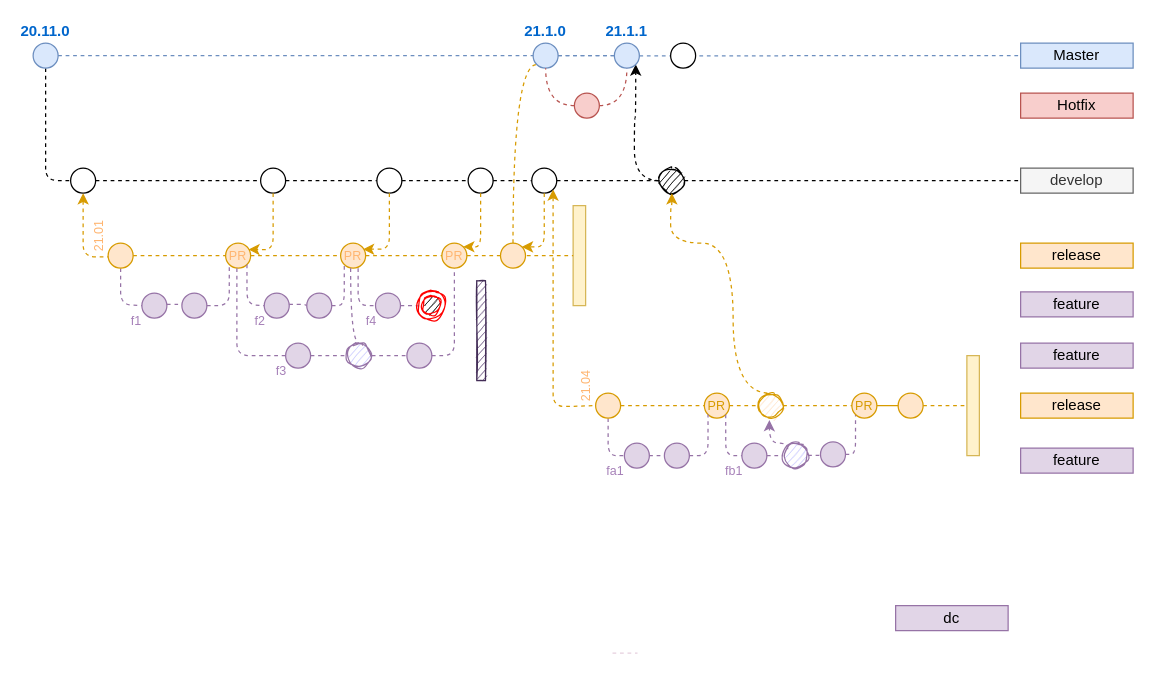
The draw.io diagram page "mw-roa-rel-simple" (4 of 5) of Untitled Diagram.drawio in salmen/gitflowdiagram, before the edit. Source tidied: cells renumbered, new cells numbered last; positions are measured from the earlier drawing's top-left corner, leaving out a move shared by most shapes. Both pictures are drawn from the tidied source at 125%, with x=0, y=0 at pixel (32, 42).
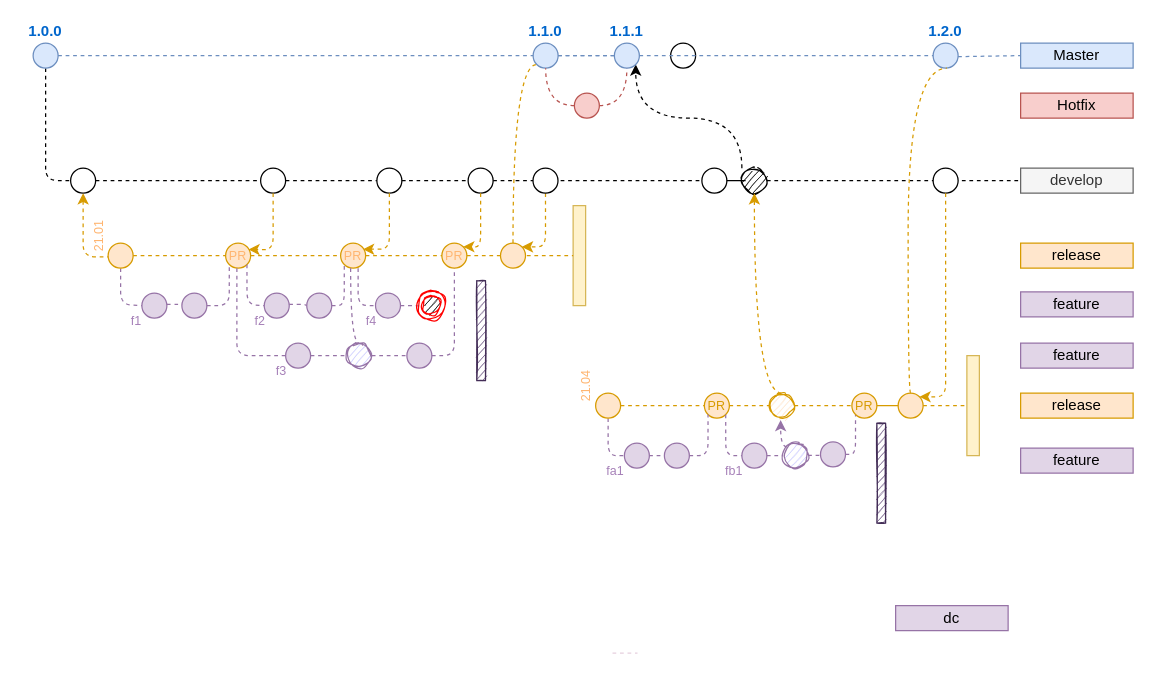
The same diagram, later.

Commit message:
fin release 2 cas simple

Unchanged cells that the change refers to:
```xml
<mxCell id="5" value="Master" style="text;html=1;strokeColor=#6c8ebf;fillColor=#dae8fc;align=center;verticalAlign=middle;whiteSpace=wrap;rounded=0;" parent="1" vertex="1">
  <mxGeometry x="790" width="90" height="20" as="geometry" />
</mxCell>
<mxCell id="49" style="ellipse;whiteSpace=wrap;html=1;fillColor=#FFFFFF;" parent="1" vertex="1">
  <mxGeometry x="348" y="100" width="20" height="20" as="geometry" />
</mxCell>
<mxCell id="52" value="21.04" style="ellipse;whiteSpace=wrap;html=1;fontSize=10;labelPosition=left;verticalLabelPosition=bottom;align=right;verticalAlign=top;fillColor=#ffe6cc;strokeColor=#d79b00;fontColor=#FFB570;horizontal=0;" parent="1" vertex="1">
  <mxGeometry x="450" y="280" width="20" height="20" as="geometry" />
</mxCell>
<mxCell id="56" value="&lt;br&gt;" style="ellipse;whiteSpace=wrap;html=1;fontSize=10;labelPosition=center;verticalLabelPosition=top;align=center;verticalAlign=bottom;fillColor=#ffe6cc;strokeColor=#d79b00;fontColor=#FFB570;" parent="1" vertex="1">
  <mxGeometry x="692" y="280" width="20" height="20" as="geometry" />
</mxCell>
<mxCell id="98" style="ellipse;whiteSpace=wrap;html=1;fontSize=10;strokeColor=#9673a6;shadow=0;sketch=1;fillStyle=hachure;fillColor=#CCCCFF;" parent="1" vertex="1">
  <mxGeometry x="600" y="320" width="20" height="20" as="geometry" />
</mxCell>
```

Change to the diagram source:
```diff
@@
+    <mxCell id="103" style="edgeStyle=orthogonalEdgeStyle;rounded=1;jettySize=auto;html=1;dashed=1;endArrow=none;endFill=0;fillColor=#d5e8d4;entryX=0;entryY=0.5;entryDx=0;entryDy=0;exitX=1;exitY=0.5;exitDx=0;exitDy=0;" parent="1" edge="1" source="49" target="105">
+      <mxGeometry relative="1" as="geometry">
+        <Array as="points">
+          <mxPoint x="535" y="110" />
+        </Array>
+      </mxGeometry>
+    </mxCell>
-    <mxCell id="2" style="endArrow=none;dashed=1;html=1;fillColor=#dae8fc;strokeColor=#6c8ebf;" parent="1" edge="1" source="30" target="5">
+    <mxCell id="2" style="endArrow=none;dashed=1;html=1;fillColor=#dae8fc;strokeColor=#6c8ebf;" parent="1" edge="1" source="106" target="5">
       <mxGeometry relative="1" as="geometry" />
     </mxCell>
@@
-    <mxCell id="4" value="20.11.0" style="ellipse;whiteSpace=wrap;html=1;fillColor=#dae8fc;strokeColor=#6c8ebf;fontStyle=1;labelPosition=center;verticalLabelPosition=top;align=center;verticalAlign=bottom;fontColor=#0066CC;" parent="1" vertex="1">
+    <mxCell id="4" value="1.0.0" style="ellipse;whiteSpace=wrap;html=1;fillColor=#dae8fc;strokeColor=#6c8ebf;fontStyle=1;labelPosition=center;verticalLabelPosition=top;align=center;verticalAlign=bottom;fontColor=#0066CC;" parent="1" vertex="1">
       <mxGeometry width="20" height="20" as="geometry" />
     </mxCell>
@@
-    <mxCell id="18" style="edgeStyle=orthogonalEdgeStyle;curved=1;jettySize=auto;html=1;dashed=1;startArrow=none;startFill=0;endArrow=classic;endFill=1;fillColor=#ffe6cc;fontSize=10;fontColor=#663300;entryX=1;entryY=1;entryDx=0;entryDy=0;" parent="1" edge="1" source="19" target="30">
+    <mxCell id="18" style="edgeStyle=orthogonalEdgeStyle;jettySize=auto;html=1;dashed=1;startArrow=none;startFill=0;endArrow=classic;endFill=1;fillColor=#ffe6cc;fontSize=10;fontColor=#663300;entryX=1;entryY=1;entryDx=0;entryDy=0;curved=1;exitX=0;exitY=0;exitDx=0;exitDy=0;exitPerimeter=0;" parent="1" edge="1" source="19" target="30">
       <mxGeometry relative="1" as="geometry" />
     </mxCell>
     <mxCell id="19" style="ellipse;whiteSpace=wrap;html=1;sketch=1;fillStyle=hachure;fillColor=#000000;" parent="1" vertex="1">
-      <mxGeometry x="501" y="100" width="20" height="20" as="geometry" />
+      <mxGeometry x="567" y="100" width="20" height="20" as="geometry" />
     </mxCell>
-    <mxCell id="20" style="edgeStyle=orthogonalEdgeStyle;rounded=1;jettySize=auto;html=1;dashed=1;endArrow=none;endFill=0;fillColor=#d5e8d4;" parent="1" edge="1" source="91" target="19">
+    <mxCell id="20" style="edgeStyle=orthogonalEdgeStyle;rounded=1;jettySize=auto;html=1;dashed=1;endArrow=none;endFill=0;fillColor=#d5e8d4;" parent="1" edge="1" source="105" target="19">
       <mxGeometry relative="1" as="geometry" />
     </mxCell>
-    <mxCell id="21" value="21.1.0" style="ellipse;whiteSpace=wrap;html=1;fillColor=#dae8fc;strokeColor=#6c8ebf;fontStyle=1;labelPosition=center;verticalLabelPosition=top;align=center;verticalAlign=bottom;fontColor=#0066CC;" parent="1" vertex="1">
+    <mxCell id="21" value="1.1.0" style="ellipse;whiteSpace=wrap;html=1;fillColor=#dae8fc;strokeColor=#6c8ebf;fontStyle=1;labelPosition=center;verticalLabelPosition=top;align=center;verticalAlign=bottom;fontColor=#0066CC;" parent="1" vertex="1">
       <mxGeometry x="400" width="20" height="20" as="geometry" />
     </mxCell>
@@
-    <mxCell id="30" value="21.1.1" style="ellipse;whiteSpace=wrap;html=1;fillColor=#dae8fc;strokeColor=#6c8ebf;fontStyle=1;labelPosition=center;verticalLabelPosition=top;align=center;verticalAlign=bottom;fontColor=#0066CC;" parent="1" vertex="1">
+    <mxCell id="30" value="1.1.1" style="ellipse;whiteSpace=wrap;html=1;fillColor=#dae8fc;strokeColor=#6c8ebf;fontStyle=1;labelPosition=center;verticalLabelPosition=top;align=center;verticalAlign=bottom;fontColor=#0066CC;" parent="1" vertex="1">
       <mxGeometry x="465" width="20" height="20" as="geometry" />
     </mxCell>
@@
     <mxCell id="73" value="&lt;br&gt;" style="ellipse;whiteSpace=wrap;html=1;fontSize=10;labelPosition=center;verticalLabelPosition=top;align=center;verticalAlign=bottom;fillColor=#ffe6cc;strokeColor=#d79b00;fontColor=#FFB570;sketch=1;" parent="1" vertex="1">
-      <mxGeometry x="580" y="280" width="20" height="20" as="geometry" />
+      <mxGeometry x="589" y="280" width="20" height="20" as="geometry" />
     </mxCell>
@@
     <mxCell id="91" style="ellipse;whiteSpace=wrap;html=1;fillColor=#FFFFFF;" parent="1" vertex="1">
-      <mxGeometry x="398.9" y="100" width="20" height="20" as="geometry" />
+      <mxGeometry x="720" y="100" width="20" height="20" as="geometry" />
     </mxCell>
-    <mxCell id="92" style="edgeStyle=orthogonalEdgeStyle;rounded=1;jettySize=auto;html=1;dashed=1;endArrow=none;endFill=0;fillColor=#d5e8d4;entryX=0;entryY=0.5;entryDx=0;entryDy=0;" parent="1" edge="1" source="49" target="91">
-      <mxGeometry relative="1" as="geometry">
-        <Array as="points">
-          <mxPoint x="385" y="110" />
-          <mxPoint x="385" y="110" />
-        </Array>
-      </mxGeometry>
-    </mxCell>
-    <mxCell id="93" style="edgeStyle=orthogonalEdgeStyle;rounded=1;jettySize=auto;html=1;dashed=1;endArrow=classic;endFill=1;fontSize=10;fontColor=#FFB570;fillColor=#ffe6cc;strokeColor=#d79b00;exitX=0.5;exitY=1;exitDx=0;exitDy=0;" parent="1" edge="1" source="91">
+    <mxCell id="93" style="edgeStyle=orthogonalEdgeStyle;rounded=1;jettySize=auto;html=1;dashed=1;endArrow=classic;endFill=1;fontSize=10;fontColor=#FFB570;fillColor=#ffe6cc;strokeColor=#d79b00;exitX=0.5;exitY=1;exitDx=0;exitDy=0;" parent="1" edge="1" source="109">
       <mxGeometry relative="1" as="geometry">
         <mxPoint x="391" y="163" as="targetPoint" />
         <Array as="points">
+          <mxPoint x="409" y="120" />
           <mxPoint x="409" y="163" />
         </Array>
       </mxGeometry>
     </mxCell>
@@
-    <mxCell id="95" style="edgeStyle=orthogonalEdgeStyle;rounded=1;jettySize=auto;html=1;dashed=1;endArrow=none;endFill=0;fontSize=10;fontColor=#FFB570;fillColor=#ffe6cc;strokeColor=#d79b00;startArrow=classic;startFill=1;entryX=0;entryY=0.5;entryDx=0;entryDy=0;exitX=1;exitY=1;exitDx=0;exitDy=0;" parent="1" edge="1" source="91" target="52">
-      <mxGeometry relative="1" as="geometry">
-        <Array as="points">
-          <mxPoint x="416" y="291" />
-        </Array>
-      </mxGeometry>
-    </mxCell>
     <mxCell id="96" style="edgeStyle=orthogonalEdgeStyle;rounded=1;jettySize=auto;html=1;dashed=1;endArrow=none;endFill=0;fontSize=10;fontColor=#FFB570;fillColor=#ffe6cc;strokeColor=#d79b00;startArrow=classic;startFill=1;entryX=0.5;entryY=0;entryDx=0;entryDy=0;elbow=vertical;curved=1;exitX=0.5;exitY=1;exitDx=0;exitDy=0;" parent="1" edge="1" source="19" target="73">
       <mxGeometry relative="1" as="geometry">
         <Array as="points">
-          <mxPoint x="511" y="130" />
-          <mxPoint x="510" y="130" />
-          <mxPoint x="510" y="160" />
-          <mxPoint x="560" y="160" />
-          <mxPoint x="560" y="281" />
+          <mxPoint x="577" y="280" />
         </Array>
       </mxGeometry>
     </mxCell>
-    <mxCell id="97" style="edgeStyle=orthogonalEdgeStyle;curved=1;jettySize=auto;html=1;dashed=1;startArrow=none;startFill=0;endArrow=classic;endFill=1;fillColor=#ffe6cc;fontSize=10;fontColor=#D79B00;strokeColor=#9673A6;entryX=0.452;entryY=1.078;entryDx=0;entryDy=0;entryPerimeter=0;exitX=0.184;exitY=0.244;exitDx=0;exitDy=0;exitPerimeter=0;" parent="1" edge="1" source="98" target="73">
+    <mxCell id="97" style="edgeStyle=orthogonalEdgeStyle;curved=1;jettySize=auto;html=1;dashed=1;startArrow=none;startFill=0;endArrow=classic;endFill=1;fillColor=#ffe6cc;fontSize=10;fontColor=#D79B00;strokeColor=#9673A6;entryX=0.452;entryY=1.078;entryDx=0;entryDy=0;entryPerimeter=0;exitX=0;exitY=0;exitDx=0;exitDy=0;" parent="1" edge="1" source="98" target="73">
       <mxGeometry relative="1" as="geometry">
         <Array as="points">
-          <mxPoint x="604" y="320" />
-          <mxPoint x="589" y="320" />
+          <mxPoint x="598" y="323" />
         </Array>
       </mxGeometry>
     </mxCell>
@@
+    <mxCell id="104" style="html=1;perimeter=orthogonalPerimeter;shadow=0;sketch=1;fontSize=10;fillColor=#76608a;strokeColor=#432D57;fontColor=#ffffff;" parent="1" vertex="1">
+      <mxGeometry x="675" y="304" width="7" height="80" as="geometry" />
+    </mxCell>
+    <mxCell id="105" style="ellipse;whiteSpace=wrap;html=1;fillColor=#FFFFFF;" parent="1" vertex="1">
+      <mxGeometry x="535" y="100" width="20" height="20" as="geometry" />
+    </mxCell>
+    <mxCell id="106" value="1.2.0" style="ellipse;whiteSpace=wrap;html=1;fillColor=#dae8fc;strokeColor=#6c8ebf;fontStyle=1;labelPosition=center;verticalLabelPosition=top;align=center;verticalAlign=bottom;fontColor=#0066CC;" parent="1" vertex="1">
+      <mxGeometry x="720" width="20" height="20" as="geometry" />
+    </mxCell>
+    <mxCell id="107" style="endArrow=none;dashed=1;html=1;fillColor=#dae8fc;strokeColor=#6c8ebf;" parent="1" edge="1" source="30" target="106">
+      <mxGeometry relative="1" as="geometry" />
+    </mxCell>
+    <mxCell id="108" style="endArrow=none;dashed=1;html=1;fillColor=#dae8fc;exitX=0.5;exitY=0;exitDx=0;exitDy=0;edgeStyle=orthogonalEdgeStyle;curved=1;entryX=0;entryY=1;entryDx=0;entryDy=0;strokeColor=#D79B00;" parent="1" edge="1" source="56">
+      <mxGeometry relative="1" as="geometry">
+        <mxPoint x="731" y="20" as="targetPoint" />
+        <Array as="points">
+          <mxPoint x="700" y="280" />
+          <mxPoint x="700" y="20" />
+        </Array>
+      </mxGeometry>
+    </mxCell>
+    <mxCell id="109" style="ellipse;whiteSpace=wrap;html=1;fillColor=#FFFFFF;" parent="1" vertex="1">
+      <mxGeometry x="399.9" y="100" width="20" height="20" as="geometry" />
+    </mxCell>
+    <mxCell id="110" style="edgeStyle=orthogonalEdgeStyle;rounded=1;jettySize=auto;html=1;dashed=1;endArrow=classic;endFill=1;fontSize=10;fontColor=#FFB570;fillColor=#ffe6cc;strokeColor=#d79b00;exitX=0.5;exitY=1;exitDx=0;exitDy=0;entryX=1;entryY=0;entryDx=0;entryDy=0;" parent="1" edge="1" source="91" target="56">
+      <mxGeometry relative="1" as="geometry">
+        <Array as="points">
+          <mxPoint x="730" y="283" />
+        </Array>
+      </mxGeometry>
+    </mxCell>
```
